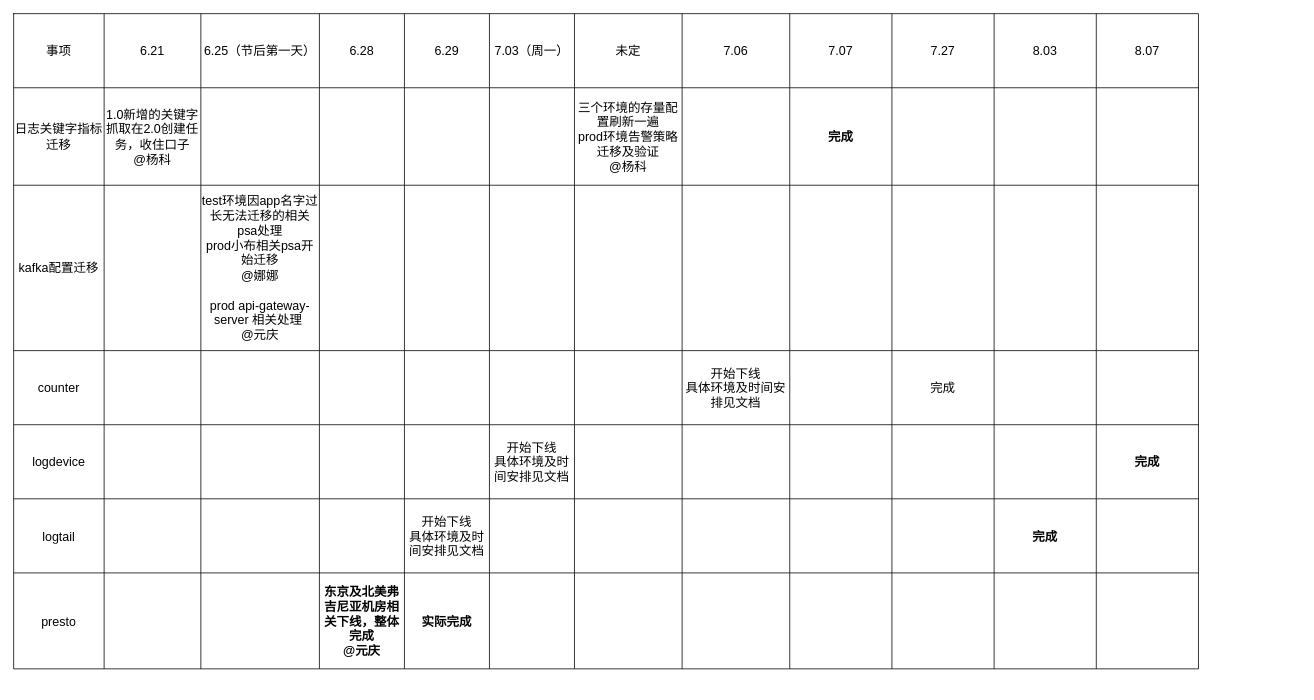
This is 未命名绘图.drawio from jingb/pythonRepo, a draw.io file, before an edit. Source tidied: cells renumbered, new cells numbered last; positions are measured from the earlier drawing's top-left corner, leaving out a move shared by most shapes. Both pictures are drawn from the tidied source at 78%, with x=0, y=0 at pixel (13, 13).
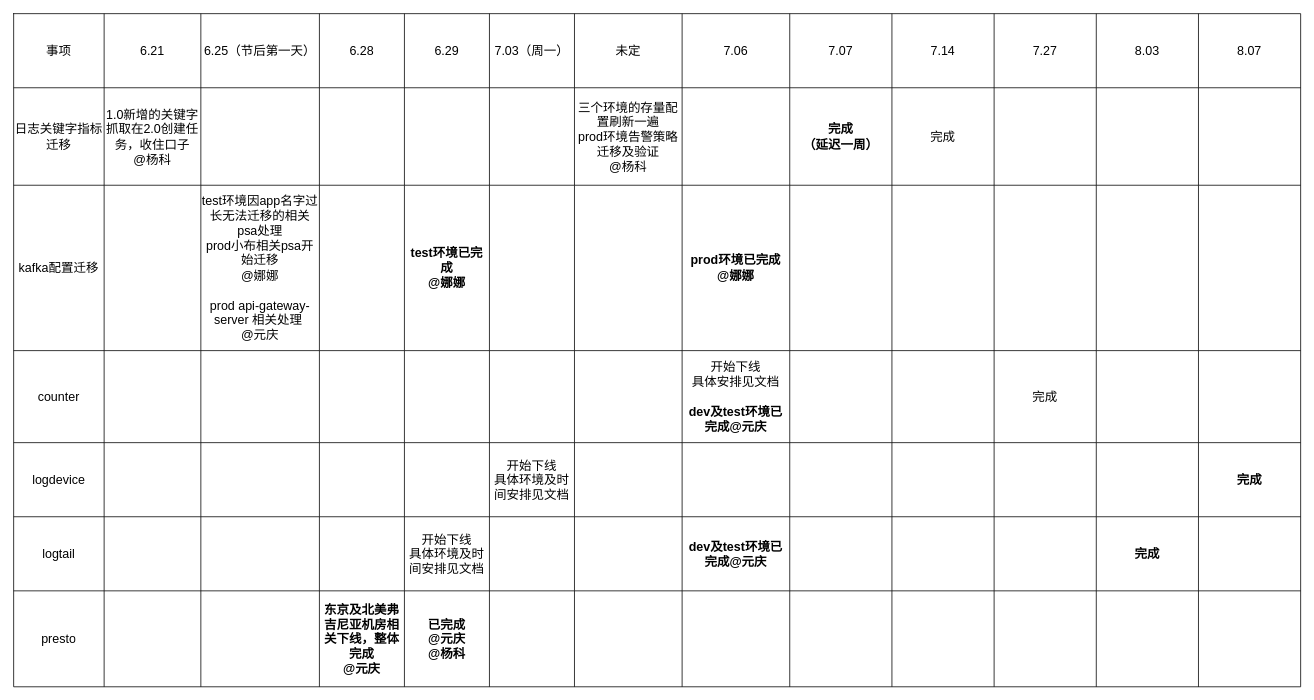
The same page after the edit.

Commit message:
更新未命名绘图.drawio

What changed in the source:
```diff
@@
     <mxCell id="2" style="shape=table;startSize=0;childLayout=tableLayout;fontSize=16;" parent="1" vertex="1">
-      <mxGeometry width="1519" height="840" as="geometry" />
+      <mxGeometry width="1650" height="863" as="geometry" />
     </mxCell>
     <mxCell id="3" style="shape=tableRow;horizontal=0;startSize=0;swimlaneHead=0;swimlaneBody=0;strokeColor=inherit;top=0;left=0;bottom=0;right=0;fillColor=none;fontSize=16;" parent="2" vertex="1">
-      <mxGeometry width="1519" height="95" as="geometry" />
+      <mxGeometry width="1650" height="95" as="geometry" />
     </mxCell>
@@
+    <mxCell id="94" value="7.14" style="shape=partialRectangle;html=1;whiteSpace=wrap;strokeColor=inherit;overflow=hidden;fillColor=none;top=0;left=0;bottom=0;right=0;fontSize=16;" parent="3" vertex="1">
+      <mxGeometry x="1126" width="131" height="95" as="geometry" />
+    </mxCell>
     <mxCell id="13" value="7.27" style="shape=partialRectangle;html=1;whiteSpace=wrap;strokeColor=inherit;overflow=hidden;fillColor=none;top=0;left=0;bottom=0;right=0;fontSize=16;" parent="3" vertex="1">
-      <mxGeometry x="1126" width="131" height="95" as="geometry" />
+      <mxGeometry x="1257" width="131" height="95" as="geometry" />
     </mxCell>
     <mxCell id="14" value="8.03" style="shape=partialRectangle;html=1;whiteSpace=wrap;strokeColor=inherit;overflow=hidden;fillColor=none;top=0;left=0;bottom=0;right=0;fontSize=16;" parent="3" vertex="1">
-      <mxGeometry x="1257" width="131" height="95" as="geometry" />
+      <mxGeometry x="1388" width="131" height="95" as="geometry" />
     </mxCell>
     <mxCell id="15" value="8.07" style="shape=partialRectangle;html=1;whiteSpace=wrap;strokeColor=inherit;overflow=hidden;fillColor=none;top=0;left=0;bottom=0;right=0;fontSize=16;" parent="3" vertex="1">
-      <mxGeometry x="1388" width="131" height="95" as="geometry" />
+      <mxGeometry x="1519" width="131" height="95" as="geometry" />
     </mxCell>
     <mxCell id="16" style="shape=tableRow;horizontal=0;startSize=0;swimlaneHead=0;swimlaneBody=0;strokeColor=inherit;top=0;left=0;bottom=0;right=0;fillColor=none;fontSize=16;" parent="2" vertex="1">
-      <mxGeometry y="95" width="1519" height="125" as="geometry" />
+      <mxGeometry y="95" width="1650" height="125" as="geometry" />
     </mxCell>
@@
-    <mxCell id="25" value="&lt;b&gt;完成&lt;/b&gt;" style="shape=partialRectangle;html=1;whiteSpace=wrap;strokeColor=inherit;overflow=hidden;fillColor=none;top=0;left=0;bottom=0;right=0;fontSize=16;" parent="16" vertex="1">
+    <mxCell id="25" value="&lt;b&gt;完成&lt;br&gt;（延迟一周）&lt;br&gt;&lt;/b&gt;" style="shape=partialRectangle;html=1;whiteSpace=wrap;strokeColor=inherit;overflow=hidden;fillColor=none;top=0;left=0;bottom=0;right=0;fontSize=16;" parent="16" vertex="1">
       <mxGeometry x="995" width="131" height="125" as="geometry" />
     </mxCell>
+    <mxCell id="95" value="完成" style="shape=partialRectangle;html=1;whiteSpace=wrap;strokeColor=inherit;overflow=hidden;fillColor=none;top=0;left=0;bottom=0;right=0;fontSize=16;" parent="16" vertex="1">
+      <mxGeometry x="1126" width="131" height="125" as="geometry" />
+    </mxCell>
     <mxCell id="26" style="shape=partialRectangle;html=1;whiteSpace=wrap;strokeColor=inherit;overflow=hidden;fillColor=none;top=0;left=0;bottom=0;right=0;fontSize=16;" parent="16" vertex="1">
-      <mxGeometry x="1126" width="131" height="125" as="geometry" />
+      <mxGeometry x="1257" width="131" height="125" as="geometry" />
     </mxCell>
     <mxCell id="27" style="shape=partialRectangle;html=1;whiteSpace=wrap;strokeColor=inherit;overflow=hidden;fillColor=none;top=0;left=0;bottom=0;right=0;fontSize=16;" parent="16" vertex="1">
-      <mxGeometry x="1257" width="131" height="125" as="geometry" />
+      <mxGeometry x="1388" width="131" height="125" as="geometry" />
     </mxCell>
     <mxCell id="28" style="shape=partialRectangle;html=1;whiteSpace=wrap;strokeColor=inherit;overflow=hidden;fillColor=none;top=0;left=0;bottom=0;right=0;fontSize=16;" parent="16" vertex="1">
-      <mxGeometry x="1388" width="131" height="125" as="geometry" />
+      <mxGeometry x="1519" width="131" height="125" as="geometry" />
     </mxCell>
     <mxCell id="29" style="shape=tableRow;horizontal=0;startSize=0;swimlaneHead=0;swimlaneBody=0;strokeColor=inherit;top=0;left=0;bottom=0;right=0;fillColor=none;fontSize=16;" parent="2" vertex="1">
-      <mxGeometry y="220" width="1519" height="212" as="geometry" />
+      <mxGeometry y="220" width="1650" height="212" as="geometry" />
     </mxCell>
@@
-    <mxCell id="34" style="shape=partialRectangle;html=1;whiteSpace=wrap;strokeColor=inherit;overflow=hidden;fillColor=none;top=0;left=0;bottom=0;right=0;fontSize=16;" parent="29" vertex="1">
+    <mxCell id="34" value="&lt;b&gt;test环境已完成&lt;br&gt;@娜娜&lt;/b&gt;" style="shape=partialRectangle;html=1;whiteSpace=wrap;strokeColor=inherit;overflow=hidden;fillColor=none;top=0;left=0;bottom=0;right=0;fontSize=16;" parent="29" vertex="1">
       <mxGeometry x="501" width="109" height="212" as="geometry" />
     </mxCell>
@@
-    <mxCell id="37" style="shape=partialRectangle;html=1;whiteSpace=wrap;strokeColor=inherit;overflow=hidden;fillColor=none;top=0;left=0;bottom=0;right=0;fontSize=16;" parent="29" vertex="1">
+    <mxCell id="37" value="&lt;b&gt;prod环境已完成&lt;br&gt;@娜娜&lt;/b&gt;" style="shape=partialRectangle;html=1;whiteSpace=wrap;strokeColor=inherit;overflow=hidden;fillColor=none;top=0;left=0;bottom=0;right=0;fontSize=16;" parent="29" vertex="1">
       <mxGeometry x="857" width="138" height="212" as="geometry" />
     </mxCell>
@@
+    <mxCell id="96" style="shape=partialRectangle;html=1;whiteSpace=wrap;strokeColor=inherit;overflow=hidden;fillColor=none;top=0;left=0;bottom=0;right=0;fontSize=16;" parent="29" vertex="1">
+      <mxGeometry x="1126" width="131" height="212" as="geometry" />
+    </mxCell>
     <mxCell id="39" style="shape=partialRectangle;html=1;whiteSpace=wrap;strokeColor=inherit;overflow=hidden;fillColor=none;top=0;left=0;bottom=0;right=0;fontSize=16;" parent="29" vertex="1">
-      <mxGeometry x="1126" width="131" height="212" as="geometry" />
+      <mxGeometry x="1257" width="131" height="212" as="geometry" />
     </mxCell>
     <mxCell id="40" style="shape=partialRectangle;html=1;whiteSpace=wrap;strokeColor=inherit;overflow=hidden;fillColor=none;top=0;left=0;bottom=0;right=0;fontSize=16;" parent="29" vertex="1">
-      <mxGeometry x="1257" width="131" height="212" as="geometry" />
+      <mxGeometry x="1388" width="131" height="212" as="geometry" />
     </mxCell>
     <mxCell id="41" style="shape=partialRectangle;html=1;whiteSpace=wrap;strokeColor=inherit;overflow=hidden;fillColor=none;top=0;left=0;bottom=0;right=0;fontSize=16;" parent="29" vertex="1">
-      <mxGeometry x="1388" width="131" height="212" as="geometry" />
+      <mxGeometry x="1519" width="131" height="212" as="geometry" />
     </mxCell>
     <mxCell id="42" style="shape=tableRow;horizontal=0;startSize=0;swimlaneHead=0;swimlaneBody=0;strokeColor=inherit;top=0;left=0;bottom=0;right=0;fillColor=none;fontSize=16;" parent="2" vertex="1">
-      <mxGeometry y="432" width="1519" height="95" as="geometry" />
+      <mxGeometry y="432" width="1650" height="118" as="geometry" />
     </mxCell>
     <mxCell id="43" value="counter" style="shape=partialRectangle;html=1;whiteSpace=wrap;strokeColor=inherit;overflow=hidden;fillColor=none;top=0;left=0;bottom=0;right=0;fontSize=16;" parent="42" vertex="1">
-      <mxGeometry width="116" height="95" as="geometry" />
+      <mxGeometry width="116" height="118" as="geometry" />
     </mxCell>
     <mxCell id="44" style="shape=partialRectangle;html=1;whiteSpace=wrap;strokeColor=inherit;overflow=hidden;fillColor=none;top=0;left=0;bottom=0;right=0;fontSize=16;" parent="42" vertex="1">
-      <mxGeometry x="116" width="124" height="95" as="geometry" />
+      <mxGeometry x="116" width="124" height="118" as="geometry" />
     </mxCell>
     <mxCell id="45" style="shape=partialRectangle;html=1;whiteSpace=wrap;strokeColor=inherit;overflow=hidden;fillColor=none;top=0;left=0;bottom=0;right=0;fontSize=16;" parent="42" vertex="1">
-      <mxGeometry x="240" width="152" height="95" as="geometry" />
+      <mxGeometry x="240" width="152" height="118" as="geometry" />
     </mxCell>
     <mxCell id="46" style="shape=partialRectangle;html=1;whiteSpace=wrap;strokeColor=inherit;overflow=hidden;fillColor=none;top=0;left=0;bottom=0;right=0;fontSize=16;" parent="42" vertex="1">
-      <mxGeometry x="392" width="109" height="95" as="geometry" />
+      <mxGeometry x="392" width="109" height="118" as="geometry" />
     </mxCell>
     <mxCell id="47" style="shape=partialRectangle;html=1;whiteSpace=wrap;strokeColor=inherit;overflow=hidden;fillColor=none;top=0;left=0;bottom=0;right=0;fontSize=16;" parent="42" vertex="1">
-      <mxGeometry x="501" width="109" height="95" as="geometry" />
+      <mxGeometry x="501" width="109" height="118" as="geometry" />
     </mxCell>
     <mxCell id="48" style="shape=partialRectangle;html=1;whiteSpace=wrap;strokeColor=inherit;overflow=hidden;fillColor=none;top=0;left=0;bottom=0;right=0;fontSize=16;" parent="42" vertex="1">
-      <mxGeometry x="610" width="109" height="95" as="geometry" />
+      <mxGeometry x="610" width="109" height="118" as="geometry" />
     </mxCell>
     <mxCell id="49" style="shape=partialRectangle;html=1;whiteSpace=wrap;strokeColor=inherit;overflow=hidden;fillColor=none;top=0;left=0;bottom=0;right=0;fontSize=16;" parent="42" vertex="1">
-      <mxGeometry x="719" width="138" height="95" as="geometry" />
+      <mxGeometry x="719" width="138" height="118" as="geometry" />
     </mxCell>
-    <mxCell id="50" value="开始下线&lt;br style=&quot;border-color: var(--border-color);&quot;&gt;具体环境及时间安排见文档" style="shape=partialRectangle;html=1;whiteSpace=wrap;strokeColor=inherit;overflow=hidden;fillColor=none;top=0;left=0;bottom=0;right=0;fontSize=16;" parent="42" vertex="1">
-      <mxGeometry x="857" width="138" height="95" as="geometry" />
+    <mxCell id="50" value="开始下线&lt;br style=&quot;border-color: var(--border-color);&quot;&gt;具体安排见文档&lt;br&gt;&lt;br&gt;&lt;b&gt;dev及test环境已完成@元庆&lt;/b&gt;" style="shape=partialRectangle;html=1;whiteSpace=wrap;strokeColor=inherit;overflow=hidden;fillColor=none;top=0;left=0;bottom=0;right=0;fontSize=16;" parent="42" vertex="1">
+      <mxGeometry x="857" width="138" height="118" as="geometry" />
     </mxCell>
     <mxCell id="51" style="shape=partialRectangle;html=1;whiteSpace=wrap;strokeColor=inherit;overflow=hidden;fillColor=none;top=0;left=0;bottom=0;right=0;fontSize=16;" parent="42" vertex="1">
-      <mxGeometry x="995" width="131" height="95" as="geometry" />
+      <mxGeometry x="995" width="131" height="118" as="geometry" />
     </mxCell>
+    <mxCell id="97" style="shape=partialRectangle;html=1;whiteSpace=wrap;strokeColor=inherit;overflow=hidden;fillColor=none;top=0;left=0;bottom=0;right=0;fontSize=16;" parent="42" vertex="1">
+      <mxGeometry x="1126" width="131" height="118" as="geometry" />
+    </mxCell>
     <mxCell id="52" value="完成" style="shape=partialRectangle;html=1;whiteSpace=wrap;strokeColor=inherit;overflow=hidden;fillColor=none;top=0;left=0;bottom=0;right=0;fontSize=16;" parent="42" vertex="1">
-      <mxGeometry x="1126" width="131" height="95" as="geometry" />
+      <mxGeometry x="1257" width="131" height="118" as="geometry" />
     </mxCell>
     <mxCell id="53" style="shape=partialRectangle;html=1;whiteSpace=wrap;strokeColor=inherit;overflow=hidden;fillColor=none;top=0;left=0;bottom=0;right=0;fontSize=16;" parent="42" vertex="1">
-      <mxGeometry x="1257" width="131" height="95" as="geometry" />
+      <mxGeometry x="1388" width="131" height="118" as="geometry" />
     </mxCell>
     <mxCell id="54" style="shape=partialRectangle;html=1;whiteSpace=wrap;strokeColor=inherit;overflow=hidden;fillColor=none;top=0;left=0;bottom=0;right=0;fontSize=16;" parent="42" vertex="1">
-      <mxGeometry x="1388" width="131" height="95" as="geometry" />
+      <mxGeometry x="1519" width="131" height="118" as="geometry" />
     </mxCell>
     <mxCell id="55" style="shape=tableRow;horizontal=0;startSize=0;swimlaneHead=0;swimlaneBody=0;strokeColor=inherit;top=0;left=0;bottom=0;right=0;fillColor=none;fontSize=16;" parent="2" vertex="1">
-      <mxGeometry y="527" width="1519" height="95" as="geometry" />
+      <mxGeometry y="550" width="1650" height="95" as="geometry" />
     </mxCell>
@@
+    <mxCell id="98" style="shape=partialRectangle;html=1;whiteSpace=wrap;strokeColor=inherit;overflow=hidden;fillColor=none;top=0;left=0;bottom=0;right=0;fontSize=16;" parent="55" vertex="1">
+      <mxGeometry x="1126" width="131" height="95" as="geometry" />
+    </mxCell>
     <mxCell id="65" style="shape=partialRectangle;html=1;whiteSpace=wrap;strokeColor=inherit;overflow=hidden;fillColor=none;top=0;left=0;bottom=0;right=0;fontSize=16;" parent="55" vertex="1">
-      <mxGeometry x="1126" width="131" height="95" as="geometry" />
+      <mxGeometry x="1257" width="131" height="95" as="geometry" />
     </mxCell>
     <mxCell id="66" style="shape=partialRectangle;html=1;whiteSpace=wrap;strokeColor=inherit;overflow=hidden;fillColor=none;top=0;left=0;bottom=0;right=0;fontSize=16;" parent="55" vertex="1">
-      <mxGeometry x="1257" width="131" height="95" as="geometry" />
+      <mxGeometry x="1388" width="131" height="95" as="geometry" />
     </mxCell>
     <mxCell id="67" value="&lt;b style=&quot;border-color: var(--border-color);&quot;&gt;完成&lt;/b&gt;" style="shape=partialRectangle;html=1;whiteSpace=wrap;strokeColor=inherit;overflow=hidden;fillColor=none;top=0;left=0;bottom=0;right=0;fontSize=16;" parent="55" vertex="1">
-      <mxGeometry x="1388" width="131" height="95" as="geometry" />
+      <mxGeometry x="1519" width="131" height="95" as="geometry" />
     </mxCell>
     <mxCell id="68" style="shape=tableRow;horizontal=0;startSize=0;swimlaneHead=0;swimlaneBody=0;strokeColor=inherit;top=0;left=0;bottom=0;right=0;fillColor=none;fontSize=16;" parent="2" vertex="1">
-      <mxGeometry y="622" width="1519" height="95" as="geometry" />
+      <mxGeometry y="645" width="1650" height="95" as="geometry" />
     </mxCell>
@@
-    <mxCell id="76" style="shape=partialRectangle;html=1;whiteSpace=wrap;strokeColor=inherit;overflow=hidden;fillColor=none;top=0;left=0;bottom=0;right=0;fontSize=16;" parent="68" vertex="1">
+    <mxCell id="76" value="&lt;b&gt;dev及test环境已完成@元庆&lt;/b&gt;" style="shape=partialRectangle;html=1;whiteSpace=wrap;strokeColor=inherit;overflow=hidden;fillColor=none;top=0;left=0;bottom=0;right=0;fontSize=16;" parent="68" vertex="1">
       <mxGeometry x="857" width="138" height="95" as="geometry" />
     </mxCell>
@@
+    <mxCell id="99" style="shape=partialRectangle;html=1;whiteSpace=wrap;strokeColor=inherit;overflow=hidden;fillColor=none;top=0;left=0;bottom=0;right=0;fontSize=16;" parent="68" vertex="1">
+      <mxGeometry x="1126" width="131" height="95" as="geometry" />
+    </mxCell>
     <mxCell id="78" style="shape=partialRectangle;html=1;whiteSpace=wrap;strokeColor=inherit;overflow=hidden;fillColor=none;top=0;left=0;bottom=0;right=0;fontSize=16;" parent="68" vertex="1">
-      <mxGeometry x="1126" width="131" height="95" as="geometry" />
+      <mxGeometry x="1257" width="131" height="95" as="geometry" />
     </mxCell>
     <mxCell id="79" value="&lt;b style=&quot;border-color: var(--border-color);&quot;&gt;完成&lt;/b&gt;" style="shape=partialRectangle;html=1;whiteSpace=wrap;strokeColor=inherit;overflow=hidden;fillColor=none;top=0;left=0;bottom=0;right=0;fontSize=16;" parent="68" vertex="1">
-      <mxGeometry x="1257" width="131" height="95" as="geometry" />
+      <mxGeometry x="1388" width="131" height="95" as="geometry" />
     </mxCell>
     <mxCell id="80" style="shape=partialRectangle;html=1;whiteSpace=wrap;strokeColor=inherit;overflow=hidden;fillColor=none;top=0;left=0;bottom=0;right=0;fontSize=16;" parent="68" vertex="1">
-      <mxGeometry x="1388" width="131" height="95" as="geometry" />
+      <mxGeometry x="1519" width="131" height="95" as="geometry" />
     </mxCell>
     <mxCell id="81" style="shape=tableRow;horizontal=0;startSize=0;swimlaneHead=0;swimlaneBody=0;strokeColor=inherit;top=0;left=0;bottom=0;right=0;fillColor=none;fontSize=16;" parent="2" vertex="1">
-      <mxGeometry y="717" width="1519" height="123" as="geometry" />
+      <mxGeometry y="740" width="1650" height="123" as="geometry" />
     </mxCell>
@@
-    <mxCell id="86" value="&lt;b&gt;实际完成&lt;/b&gt;" style="shape=partialRectangle;html=1;whiteSpace=wrap;strokeColor=inherit;overflow=hidden;fillColor=none;top=0;left=0;bottom=0;right=0;fontSize=16;" parent="81" vertex="1">
+    <mxCell id="86" value="&lt;b&gt;已完成&lt;br&gt;@元庆&lt;br&gt;@杨科&lt;br&gt;&lt;/b&gt;" style="shape=partialRectangle;html=1;whiteSpace=wrap;strokeColor=inherit;overflow=hidden;fillColor=none;top=0;left=0;bottom=0;right=0;fontSize=16;" parent="81" vertex="1">
       <mxGeometry x="501" width="109" height="123" as="geometry" />
     </mxCell>
@@
+    <mxCell id="100" style="shape=partialRectangle;html=1;whiteSpace=wrap;strokeColor=inherit;overflow=hidden;fillColor=none;top=0;left=0;bottom=0;right=0;fontSize=16;" parent="81" vertex="1">
+      <mxGeometry x="1126" width="131" height="123" as="geometry" />
+    </mxCell>
     <mxCell id="91" style="shape=partialRectangle;html=1;whiteSpace=wrap;strokeColor=inherit;overflow=hidden;fillColor=none;top=0;left=0;bottom=0;right=0;fontSize=16;" parent="81" vertex="1">
-      <mxGeometry x="1126" width="131" height="123" as="geometry" />
+      <mxGeometry x="1257" width="131" height="123" as="geometry" />
     </mxCell>
     <mxCell id="92" style="shape=partialRectangle;html=1;whiteSpace=wrap;strokeColor=inherit;overflow=hidden;fillColor=none;top=0;left=0;bottom=0;right=0;fontSize=16;" parent="81" vertex="1">
-      <mxGeometry x="1257" width="131" height="123" as="geometry" />
+      <mxGeometry x="1388" width="131" height="123" as="geometry" />
     </mxCell>
     <mxCell id="93" style="shape=partialRectangle;html=1;whiteSpace=wrap;strokeColor=inherit;overflow=hidden;fillColor=none;top=0;left=0;bottom=0;right=0;fontSize=16;" parent="81" vertex="1">
-      <mxGeometry x="1388" width="131" height="123" as="geometry" />
+      <mxGeometry x="1519" width="131" height="123" as="geometry" />
     </mxCell>
```
